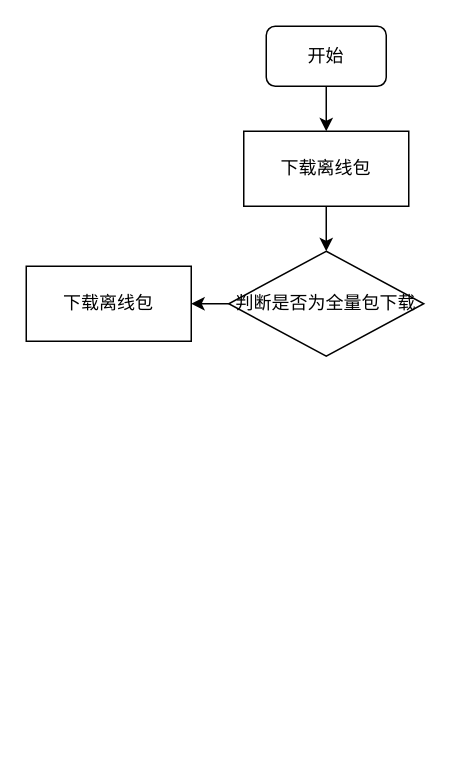
DemonHan/KuickBuy keeps this draw.io diagram as 单机离线包.drawio. Above is the earlier version. Source tidied: cells renumbered, new cells numbered last; positions are measured from the earlier drawing's top-left corner, leaving out a move shared by most shapes. Both pictures are drawn from the tidied source at 150%, with x=0, y=0 at pixel (26, 26).
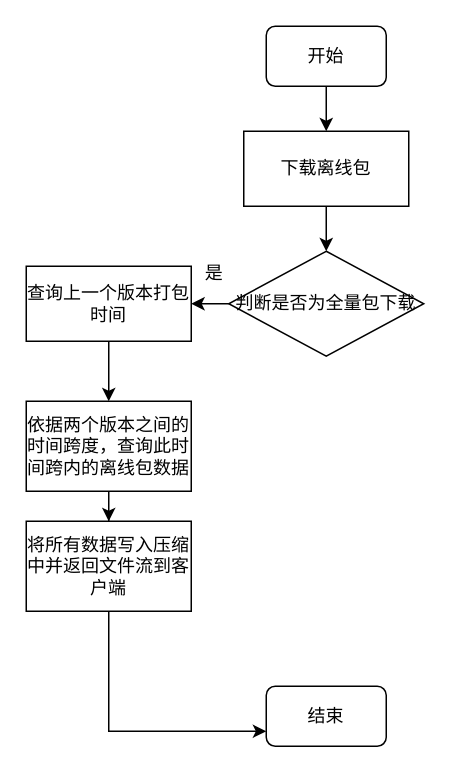
The same diagram, later.

Commit message (it also covers changes not shown here):
更新单机离线包.drawio

Change to the diagram source:
```diff
@@
 <mxGraphModel>
   <root>
     <mxCell id="0" />
     <mxCell id="1" parent="0" />
     <mxCell id="2" style="edgeStyle=orthogonalEdgeStyle;rounded=0;jettySize=auto;html=1;" parent="1" edge="1" source="3" target="7">
       <mxGeometry relative="1" as="geometry" />
     </mxCell>
     <mxCell id="3" value="下载离线包" style="rounded=0;whiteSpace=wrap;html=1;" parent="1" vertex="1">
       <mxGeometry x="145" y="70" width="110" height="50" as="geometry" />
     </mxCell>
     <mxCell id="4" style="edgeStyle=orthogonalEdgeStyle;rounded=0;jettySize=auto;html=1;entryX=0.5;entryY=0;entryDx=0;entryDy=0;" parent="1" edge="1" source="5" target="3">
       <mxGeometry relative="1" as="geometry" />
     </mxCell>
     <mxCell id="5" value="开始" style="rounded=1;whiteSpace=wrap;html=1;" parent="1" vertex="1">
       <mxGeometry x="160" width="80" height="40" as="geometry" />
     </mxCell>
     <mxCell id="6" style="edgeStyle=orthogonalEdgeStyle;rounded=0;jettySize=auto;html=1;entryX=1;entryY=0.5;entryDx=0;entryDy=0;" parent="1" edge="1" source="7" target="8">
       <mxGeometry relative="1" as="geometry" />
     </mxCell>
     <mxCell id="7" value="判断是否为全量包下载" style="rhombus;whiteSpace=wrap;html=1;" parent="1" vertex="1">
       <mxGeometry x="135" y="150" width="130" height="70" as="geometry" />
     </mxCell>
+    <mxCell id="9" style="edgeStyle=orthogonalEdgeStyle;rounded=0;jettySize=auto;html=1;entryX=0.5;entryY=0;entryDx=0;entryDy=0;" parent="1" edge="1" source="8" target="12">
+      <mxGeometry relative="1" as="geometry" />
+    </mxCell>
-    <mxCell id="8" value="下载离线包" style="rounded=0;whiteSpace=wrap;html=1;" parent="1" vertex="1">
+    <mxCell id="8" value="查询上一个版本打包时间" style="rounded=0;whiteSpace=wrap;html=1;" parent="1" vertex="1">
       <mxGeometry y="160" width="110" height="50" as="geometry" />
     </mxCell>
+    <mxCell id="10" value="是" style="text;html=1;align=center;verticalAlign=middle;strokeColor=none;fillColor=none;" parent="1" vertex="1">
+      <mxGeometry x="105" y="150" width="40" height="30" as="geometry" />
+    </mxCell>
+    <mxCell id="11" style="edgeStyle=orthogonalEdgeStyle;rounded=0;jettySize=auto;html=1;entryX=0.5;entryY=0;entryDx=0;entryDy=0;" parent="1" edge="1" source="12" target="14">
+      <mxGeometry relative="1" as="geometry" />
+    </mxCell>
+    <mxCell id="12" value="依据两个版本之间的时间跨度，查询此时间跨内的离线包数据" style="rounded=0;whiteSpace=wrap;html=1;" parent="1" vertex="1">
+      <mxGeometry y="250" width="110" height="60" as="geometry" />
+    </mxCell>
+    <mxCell id="13" style="edgeStyle=orthogonalEdgeStyle;rounded=0;jettySize=auto;html=1;entryX=0;entryY=0.75;entryDx=0;entryDy=0;" parent="1" edge="1" source="14" target="15">
+      <mxGeometry relative="1" as="geometry">
+        <Array as="points">
+          <mxPoint x="55" y="470" />
+        </Array>
+      </mxGeometry>
+    </mxCell>
+    <mxCell id="14" value="将所有数据写入压缩中并返回文件流到客户端" style="rounded=0;whiteSpace=wrap;html=1;" parent="1" vertex="1">
+      <mxGeometry y="330" width="110" height="60" as="geometry" />
+    </mxCell>
+    <mxCell id="15" value="结束" style="rounded=1;whiteSpace=wrap;html=1;" parent="1" vertex="1">
+      <mxGeometry x="160" y="440" width="80" height="40" as="geometry" />
+    </mxCell>
   </root>
 </mxGraphModel>
```
